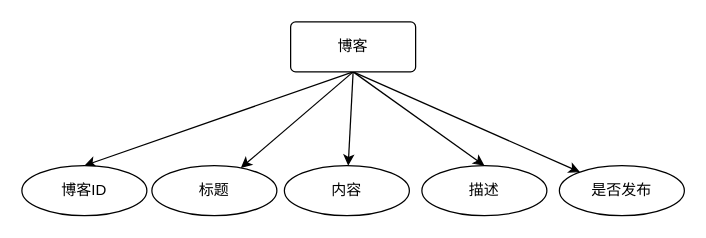
Before: 管理员实体关系图图.drawio in zyl-2000/draw, a draw.io diagram. Source tidied: cells renumbered, new cells numbered last; positions are measured from the earlier drawing's top-left corner, leaving out a move shared by most shapes. Both pictures are drawn from the tidied source at 125%, with x=0, y=0 at pixel (21, 21).
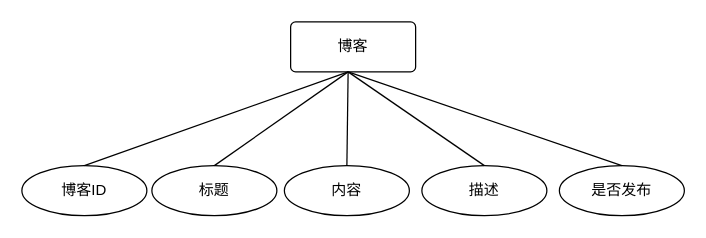
The same diagram, later.

Commit message:
更新管理员实体关系图图.drawio

The edit, as a diff of the source:
```diff
@@
 <mxGraphModel>
   <root>
     <mxCell id="0" />
     <mxCell id="1" parent="0" />
-    <mxCell id="2" style="rounded=0;jettySize=auto;html=1;exitX=0.5;exitY=1;exitDx=0;exitDy=0;entryX=0.5;entryY=0;entryDx=0;entryDy=0;" parent="1" edge="1" source="7" target="8">
-      <mxGeometry relative="1" as="geometry" />
-    </mxCell>
-    <mxCell id="3" style="rounded=0;jettySize=auto;html=1;exitX=0.5;exitY=1;exitDx=0;exitDy=0;" parent="1" edge="1" source="7" target="9">
-      <mxGeometry relative="1" as="geometry" />
-    </mxCell>
-    <mxCell id="4" style="rounded=0;jettySize=auto;html=1;exitX=0.5;exitY=1;exitDx=0;exitDy=0;" parent="1" edge="1" source="7" target="10">
-      <mxGeometry relative="1" as="geometry" />
-    </mxCell>
-    <mxCell id="5" style="rounded=0;jettySize=auto;html=1;exitX=0.5;exitY=1;exitDx=0;exitDy=0;entryX=0.5;entryY=0;entryDx=0;entryDy=0;" parent="1" edge="1" source="7" target="11">
-      <mxGeometry relative="1" as="geometry" />
-    </mxCell>
-    <mxCell id="6" style="rounded=0;jettySize=auto;html=1;exitX=0.5;exitY=1;exitDx=0;exitDy=0;" parent="1" edge="1" source="7" target="12">
-      <mxGeometry relative="1" as="geometry" />
-    </mxCell>
     <mxCell id="7" value="博客" style="rounded=1;arcSize=10;whiteSpace=wrap;html=1;align=center;" parent="1" vertex="1">
       <mxGeometry x="215" width="100" height="40" as="geometry" />
     </mxCell>
     <mxCell id="8" value="博客ID" style="ellipse;whiteSpace=wrap;html=1;align=center;" parent="1" vertex="1">
       <mxGeometry y="115" width="100" height="40" as="geometry" />
     </mxCell>
     <mxCell id="9" value="标题" style="ellipse;whiteSpace=wrap;html=1;align=center;" parent="1" vertex="1">
       <mxGeometry x="104" y="115" width="100" height="40" as="geometry" />
     </mxCell>
     <mxCell id="10" value="内容" style="ellipse;whiteSpace=wrap;html=1;align=center;" parent="1" vertex="1">
       <mxGeometry x="210" y="115" width="100" height="40" as="geometry" />
     </mxCell>
     <mxCell id="11" value="描述" style="ellipse;whiteSpace=wrap;html=1;align=center;" parent="1" vertex="1">
       <mxGeometry x="320" y="115" width="100" height="40" as="geometry" />
     </mxCell>
     <mxCell id="12" value="是否发布" style="ellipse;whiteSpace=wrap;html=1;align=center;" parent="1" vertex="1">
       <mxGeometry x="430" y="115" width="100" height="40" as="geometry" />
     </mxCell>
+    <mxCell id="13" style="endArrow=none;html=1;rounded=0;exitX=0.5;exitY=0;exitDx=0;exitDy=0;" parent="1" edge="1" source="8">
+      <mxGeometry relative="1" as="geometry">
+        <mxPoint x="261" y="40" as="targetPoint" />
+      </mxGeometry>
+    </mxCell>
+    <mxCell id="14" style="endArrow=none;html=1;rounded=0;exitX=0.5;exitY=0;exitDx=0;exitDy=0;" parent="1" edge="1" source="9">
+      <mxGeometry relative="1" as="geometry">
+        <mxPoint x="261" y="40" as="targetPoint" />
+      </mxGeometry>
+    </mxCell>
+    <mxCell id="15" style="endArrow=none;html=1;rounded=0;exitX=0.5;exitY=0;exitDx=0;exitDy=0;" parent="1" edge="1" source="10">
+      <mxGeometry relative="1" as="geometry">
+        <mxPoint x="261" y="40" as="targetPoint" />
+      </mxGeometry>
+    </mxCell>
+    <mxCell id="16" style="endArrow=none;html=1;rounded=0;exitX=0.5;exitY=0;exitDx=0;exitDy=0;" parent="1" edge="1" source="11">
+      <mxGeometry relative="1" as="geometry">
+        <mxPoint x="261" y="40" as="targetPoint" />
+      </mxGeometry>
+    </mxCell>
+    <mxCell id="17" style="endArrow=none;html=1;rounded=0;exitX=0.5;exitY=0;exitDx=0;exitDy=0;" parent="1" edge="1" source="12">
+      <mxGeometry relative="1" as="geometry">
+        <mxPoint x="261" y="40" as="targetPoint" />
+      </mxGeometry>
+    </mxCell>
   </root>
 </mxGraphModel>
```
